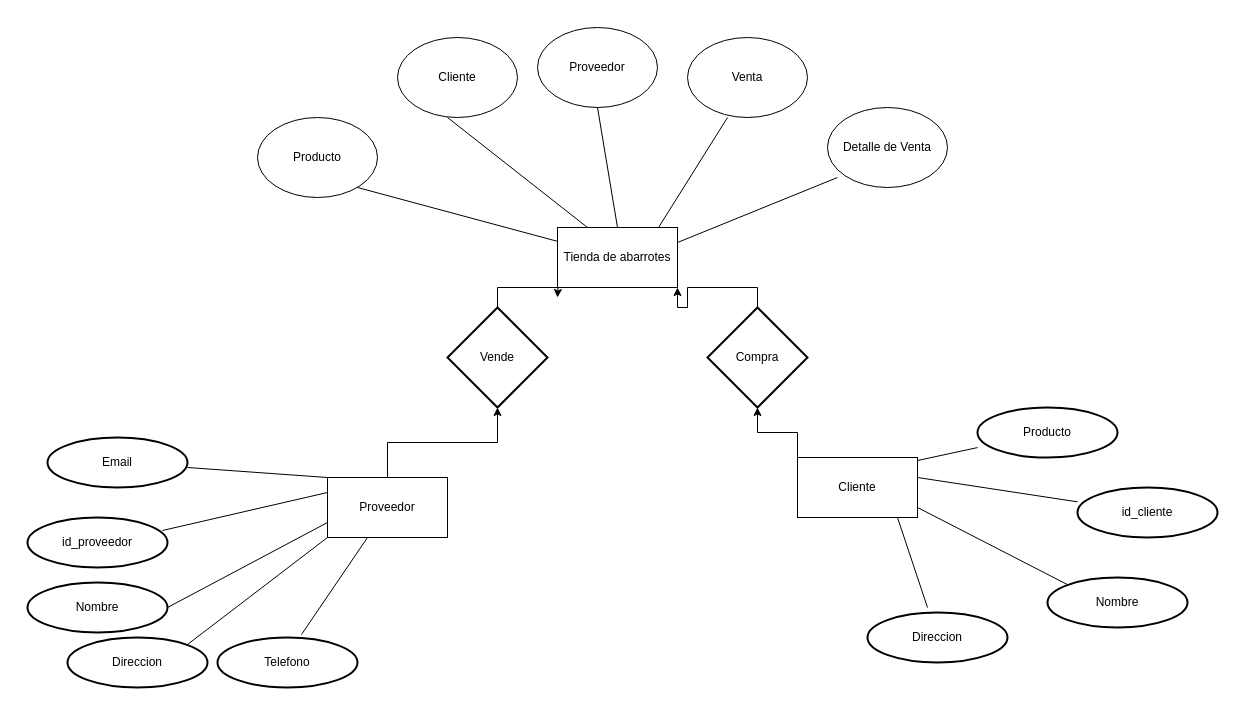
The draw.io diagram diagramas/TIENDA DE ABARROTES.drawio in ArcangelGC/ibd-arcangel-gonzalez, before the edit. Source tidied: cells renumbered, new cells numbered last; positions are measured from the earlier drawing's top-left corner, leaving out a move shared by most shapes. Both pictures are drawn from the tidied source at 100%, with x=0, y=0 at pixel (27, 27).
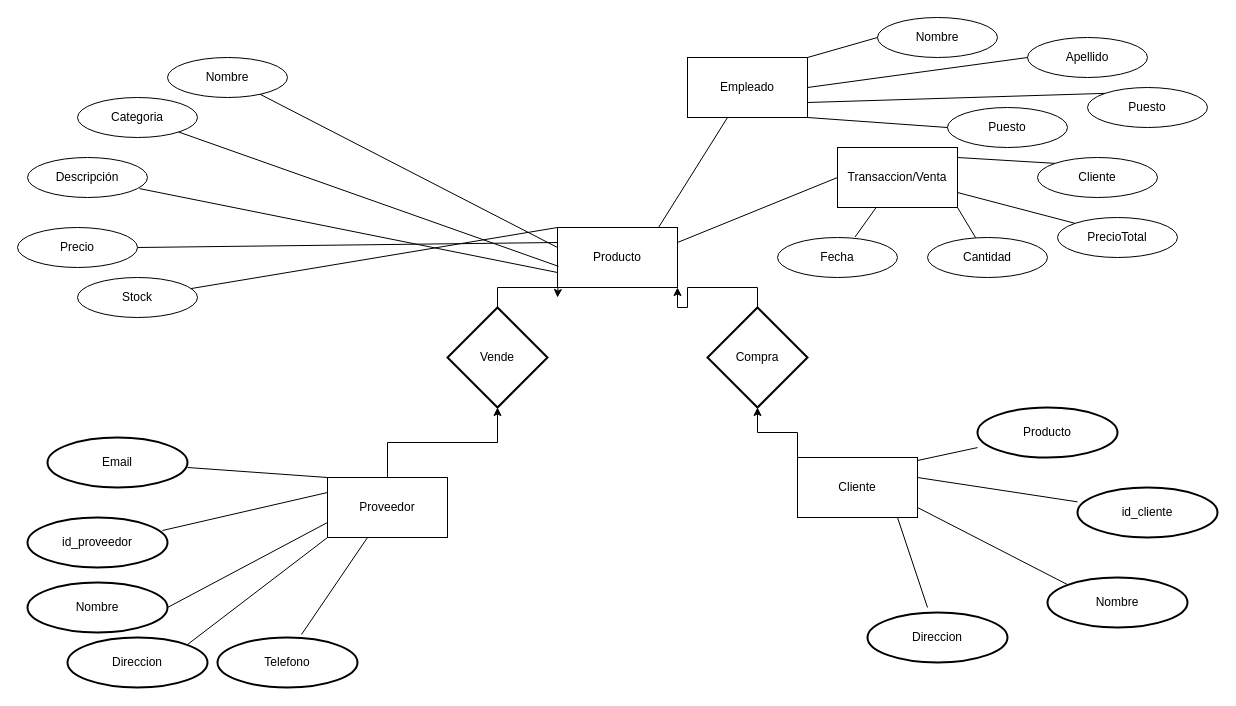
The same page after the edit.

What changed in the source:
```diff
@@
-    <mxCell id="2" value="Tienda de abarrotes" style="rounded=0;whiteSpace=wrap;html=1;" parent="1" vertex="1">
+    <mxCell id="2" value="Producto" style="rounded=0;whiteSpace=wrap;html=1;" parent="1" vertex="1">
       <mxGeometry x="530" y="200" width="120" height="60" as="geometry" />
     </mxCell>
-    <mxCell id="3" value="Producto" style="ellipse;whiteSpace=wrap;html=1;" parent="1" vertex="1">
-      <mxGeometry x="230" y="90" width="120" height="80" as="geometry" />
-    </mxCell>
-    <mxCell id="4" value="Cliente" style="ellipse;whiteSpace=wrap;html=1;" parent="1" vertex="1">
-      <mxGeometry x="370" y="10" width="120" height="80" as="geometry" />
-    </mxCell>
-    <mxCell id="5" value="Proveedor" style="ellipse;whiteSpace=wrap;html=1;" parent="1" vertex="1">
-      <mxGeometry x="510" width="120" height="80" as="geometry" />
-    </mxCell>
-    <mxCell id="6" value="Venta" style="ellipse;whiteSpace=wrap;html=1;" parent="1" vertex="1">
-      <mxGeometry x="660" y="10" width="120" height="80" as="geometry" />
-    </mxCell>
-    <mxCell id="7" value="Detalle de Venta" style="ellipse;whiteSpace=wrap;html=1;" parent="1" vertex="1">
-      <mxGeometry x="800" y="80" width="120" height="80" as="geometry" />
-    </mxCell>
-    <mxCell id="8" style="endArrow=none;html=1;rounded=0;" parent="1" edge="1" target="2">
-      <mxGeometry relative="1" as="geometry">
-        <mxPoint x="330" y="160" as="sourcePoint" />
-      </mxGeometry>
-    </mxCell>
-    <mxCell id="9" style="endArrow=none;html=1;rounded=0;entryX=0.25;entryY=0;entryDx=0;entryDy=0;" parent="1" edge="1" target="2">
-      <mxGeometry relative="1" as="geometry">
-        <mxPoint x="420" y="90" as="sourcePoint" />
-      </mxGeometry>
-    </mxCell>
-    <mxCell id="10" style="endArrow=none;html=1;rounded=0;entryX=0.5;entryY=0;entryDx=0;entryDy=0;exitX=0.5;exitY=1;exitDx=0;exitDy=0;" parent="1" edge="1" source="5" target="2">
-      <mxGeometry relative="1" as="geometry" />
-    </mxCell>
@@
-    <mxCell id="12" style="endArrow=none;html=1;rounded=0;entryX=1;entryY=0.25;entryDx=0;entryDy=0;exitX=0.083;exitY=0.875;exitDx=0;exitDy=0;exitPerimeter=0;" parent="1" edge="1" source="7" target="2">
-      <mxGeometry relative="1" as="geometry" />
+    <mxCell id="12" style="endArrow=none;html=1;rounded=0;entryX=1;entryY=0.25;entryDx=0;entryDy=0;exitX=0.083;exitY=0.875;exitDx=0;exitDy=0;exitPerimeter=0;" parent="1" edge="1" target="2">
+      <mxGeometry relative="1" as="geometry">
+        <mxPoint x="810" y="150" as="sourcePoint" />
+      </mxGeometry>
     </mxCell>
@@
+    <mxCell id="41" value="Empleado" style="rounded=0;whiteSpace=wrap;html=1;" parent="1" vertex="1">
+      <mxGeometry x="660" y="30" width="120" height="60" as="geometry" />
+    </mxCell>
+    <mxCell id="42" value="Transaccion/Venta" style="rounded=0;whiteSpace=wrap;html=1;" parent="1" vertex="1">
+      <mxGeometry x="810" y="120" width="120" height="60" as="geometry" />
+    </mxCell>
+    <mxCell id="43" value="Nombre" style="ellipse;whiteSpace=wrap;html=1;" parent="1" vertex="1">
+      <mxGeometry x="140" y="30" width="120" height="40" as="geometry" />
+    </mxCell>
+    <mxCell id="44" value="Descripción" style="ellipse;whiteSpace=wrap;html=1;" parent="1" vertex="1">
+      <mxGeometry y="130" width="120" height="40" as="geometry" />
+    </mxCell>
+    <mxCell id="45" value="Precio" style="ellipse;whiteSpace=wrap;html=1;" parent="1" vertex="1">
+      <mxGeometry x="-10" y="200" width="120" height="40" as="geometry" />
+    </mxCell>
+    <mxCell id="46" value="Categoria" style="ellipse;whiteSpace=wrap;html=1;" parent="1" vertex="1">
+      <mxGeometry x="50" y="70" width="120" height="40" as="geometry" />
+    </mxCell>
+    <mxCell id="47" value="Stock" style="ellipse;whiteSpace=wrap;html=1;" parent="1" vertex="1">
+      <mxGeometry x="50" y="250" width="120" height="40" as="geometry" />
+    </mxCell>
+    <mxCell id="48" style="endArrow=none;html=1;" parent="1" edge="1" source="43">
+      <mxGeometry relative="1" as="geometry">
+        <mxPoint x="530" y="220" as="targetPoint" />
+      </mxGeometry>
+    </mxCell>
+    <mxCell id="49" style="endArrow=none;html=1;entryX=0.008;entryY=0.647;entryDx=0;entryDy=0;entryPerimeter=0;" parent="1" edge="1" source="46" target="2">
+      <mxGeometry relative="1" as="geometry" />
+    </mxCell>
+    <mxCell id="50" style="endArrow=none;html=1;exitX=0.934;exitY=0.778;exitDx=0;exitDy=0;exitPerimeter=0;entryX=0;entryY=0.75;entryDx=0;entryDy=0;" parent="1" edge="1" source="44" target="2">
+      <mxGeometry relative="1" as="geometry" />
+    </mxCell>
+    <mxCell id="51" style="endArrow=none;html=1;exitX=1;exitY=0.5;exitDx=0;exitDy=0;entryX=0;entryY=0.25;entryDx=0;entryDy=0;" parent="1" edge="1" source="45" target="2">
+      <mxGeometry relative="1" as="geometry" />
+    </mxCell>
+    <mxCell id="52" style="endArrow=none;html=1;entryX=0;entryY=0;entryDx=0;entryDy=0;" parent="1" edge="1" source="47" target="2">
+      <mxGeometry relative="1" as="geometry" />
+    </mxCell>
+    <mxCell id="53" value="Fecha" style="ellipse;whiteSpace=wrap;html=1;" parent="1" vertex="1">
+      <mxGeometry x="750" y="210" width="120" height="40" as="geometry" />
+    </mxCell>
+    <mxCell id="54" value="Cantidad" style="ellipse;whiteSpace=wrap;html=1;" parent="1" vertex="1">
+      <mxGeometry x="900" y="210" width="120" height="40" as="geometry" />
+    </mxCell>
+    <mxCell id="55" value="PrecioTotal" style="ellipse;whiteSpace=wrap;html=1;" parent="1" vertex="1">
+      <mxGeometry x="1030" y="190" width="120" height="40" as="geometry" />
+    </mxCell>
+    <mxCell id="4" value="Cliente" style="ellipse;whiteSpace=wrap;html=1;" parent="1" vertex="1">
+      <mxGeometry x="1010" y="130" width="120" height="40" as="geometry" />
+    </mxCell>
+    <mxCell id="56" style="endArrow=none;html=1;exitX=0.646;exitY=-0.011;exitDx=0;exitDy=0;exitPerimeter=0;" parent="1" edge="1" source="53" target="42">
+      <mxGeometry relative="1" as="geometry" />
+    </mxCell>
+    <mxCell id="57" style="endArrow=none;html=1;rounded=0;exitX=0;exitY=0;exitDx=0;exitDy=0;entryX=1;entryY=0.75;entryDx=0;entryDy=0;" parent="1" edge="1" source="55" target="42">
+      <mxGeometry relative="1" as="geometry" />
+    </mxCell>
+    <mxCell id="58" style="endArrow=none;html=1;rounded=0;entryX=1;entryY=1;entryDx=0;entryDy=0;" parent="1" edge="1" source="54" target="42">
+      <mxGeometry relative="1" as="geometry" />
+    </mxCell>
+    <mxCell id="59" style="endArrow=none;html=1;rounded=0;exitX=0;exitY=0;exitDx=0;exitDy=0;entryX=1;entryY=0.75;entryDx=0;entryDy=0;" parent="1" edge="1" source="4">
+      <mxGeometry relative="1" as="geometry">
+        <mxPoint x="930" y="130" as="targetPoint" />
+      </mxGeometry>
+    </mxCell>
+    <mxCell id="60" value="Nombre" style="ellipse;whiteSpace=wrap;html=1;" parent="1" vertex="1">
+      <mxGeometry x="850" y="-10" width="120" height="40" as="geometry" />
+    </mxCell>
+    <mxCell id="61" value="Apellido" style="ellipse;whiteSpace=wrap;html=1;" parent="1" vertex="1">
+      <mxGeometry x="1000" y="10" width="120" height="40" as="geometry" />
+    </mxCell>
+    <mxCell id="62" value="Puesto" style="ellipse;whiteSpace=wrap;html=1;" parent="1" vertex="1">
+      <mxGeometry x="920" y="80" width="120" height="40" as="geometry" />
+    </mxCell>
+    <mxCell id="63" value="Puesto" style="ellipse;whiteSpace=wrap;html=1;" parent="1" vertex="1">
+      <mxGeometry x="1060" y="60" width="120" height="40" as="geometry" />
+    </mxCell>
+    <mxCell id="64" style="endArrow=none;html=1;entryX=0;entryY=0.5;entryDx=0;entryDy=0;exitX=1;exitY=0;exitDx=0;exitDy=0;" parent="1" edge="1" source="41" target="60">
+      <mxGeometry relative="1" as="geometry" />
+    </mxCell>
+    <mxCell id="65" style="endArrow=none;html=1;entryX=0;entryY=0.5;entryDx=0;entryDy=0;exitX=1;exitY=1;exitDx=0;exitDy=0;" parent="1" edge="1" source="41" target="62">
+      <mxGeometry relative="1" as="geometry" />
+    </mxCell>
+    <mxCell id="66" style="endArrow=none;html=1;entryX=0;entryY=0.5;entryDx=0;entryDy=0;exitX=1;exitY=0.5;exitDx=0;exitDy=0;" parent="1" edge="1" source="41" target="61">
+      <mxGeometry relative="1" as="geometry" />
+    </mxCell>
+    <mxCell id="67" style="endArrow=none;html=1;entryX=0;entryY=0;entryDx=0;entryDy=0;exitX=1;exitY=0.75;exitDx=0;exitDy=0;" parent="1" edge="1" source="41" target="63">
+      <mxGeometry relative="1" as="geometry" />
+    </mxCell>
```
